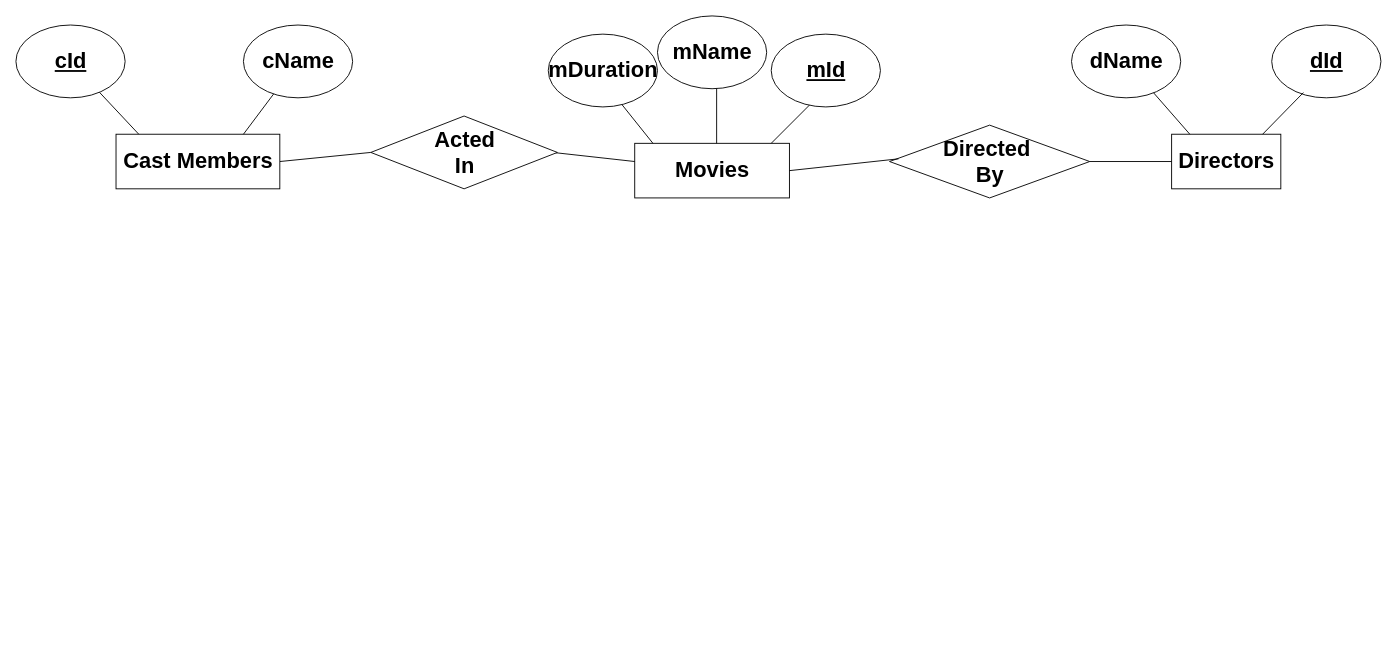
The draw.io diagram Untitled Diagram.drawio in swausbeard/SumaLumaDumaLama, before the edit. Source tidied: cells renumbered, new cells numbered last; positions are measured from the earlier drawing's top-left corner, leaving out a move shared by most shapes. Both pictures are drawn from the tidied source at 91%, with x=0, y=0 at pixel (15, 15).
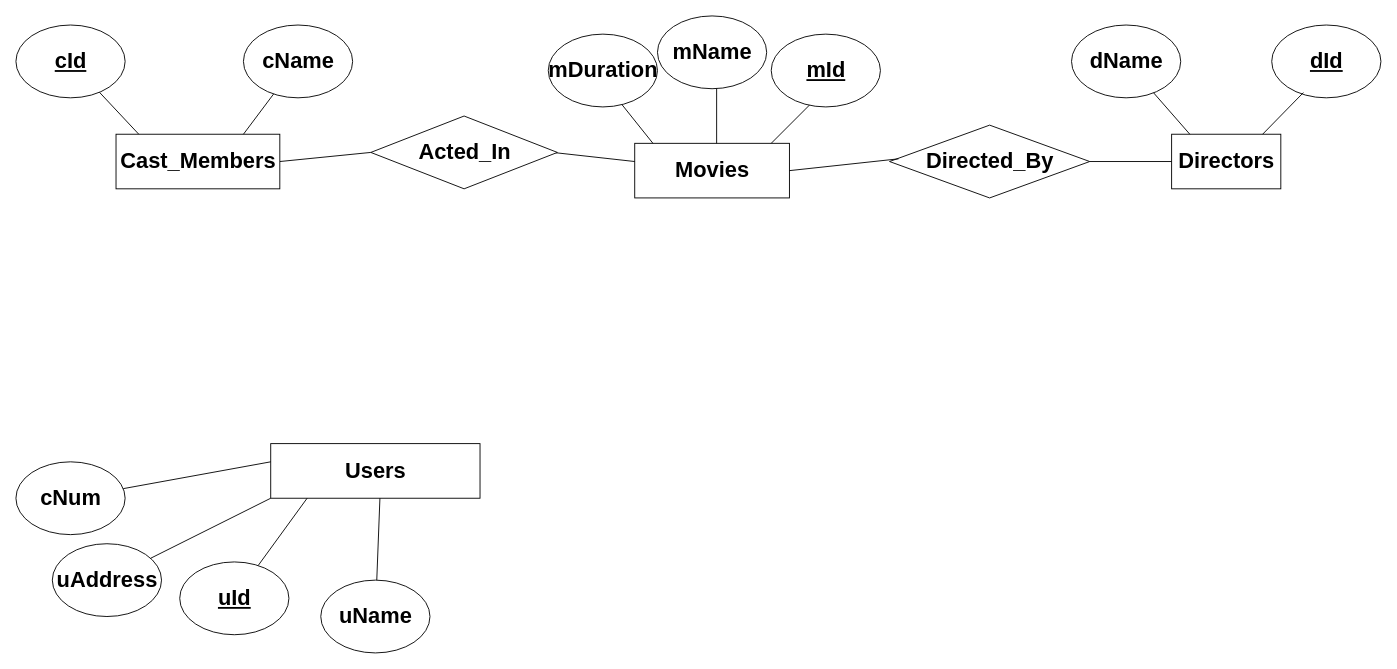
After the change.

Diff of the diagram source:
```diff
@@
-    <mxCell id="14" value="Directed&amp;nbsp;&lt;div&gt;By&lt;/div&gt;" style="text;strokeColor=none;fillColor=none;html=1;fontSize=24;fontStyle=1;verticalAlign=middle;align=center;" parent="1" vertex="1">
+    <mxCell id="14" value="Directed_&lt;span style=&quot;background-color: transparent; color: light-dark(rgb(0, 0, 0), rgb(255, 255, 255));&quot;&gt;By&lt;/span&gt;" style="text;strokeColor=none;fillColor=none;html=1;fontSize=24;fontStyle=1;verticalAlign=middle;align=center;" parent="1" vertex="1">
       <mxGeometry x="1020" y="140" width="100" height="40" as="geometry" />
     </mxCell>
@@
-    <mxCell id="27" value="Acted&lt;div&gt;In&lt;/div&gt;" style="text;strokeColor=none;fillColor=none;html=1;fontSize=24;fontStyle=1;verticalAlign=middle;align=center;" parent="1" vertex="1">
+    <mxCell id="27" value="Acted_&lt;span style=&quot;background-color: transparent; color: light-dark(rgb(0, 0, 0), rgb(255, 255, 255));&quot;&gt;In&lt;/span&gt;" style="text;strokeColor=none;fillColor=none;html=1;fontSize=24;fontStyle=1;verticalAlign=middle;align=center;" parent="1" vertex="1">
       <mxGeometry x="442.5" y="130" width="100" height="40" as="geometry" />
     </mxCell>
@@
-    <mxCell id="30" value="Cast Members" style="text;strokeColor=none;fillColor=none;html=1;fontSize=24;fontStyle=1;verticalAlign=middle;align=center;" parent="1" vertex="1">
+    <mxCell id="30" value="Cast_Members" style="text;strokeColor=none;fillColor=none;html=1;fontSize=24;fontStyle=1;verticalAlign=middle;align=center;" parent="1" vertex="1">
       <mxGeometry x="150" y="140" width="100" height="40" as="geometry" />
     </mxCell>
@@
+    <mxCell id="37" style="rounded=0;whiteSpace=wrap;html=1;" parent="1" vertex="1">
+      <mxGeometry x="280" y="470" width="230" height="60" as="geometry" />
+    </mxCell>
+    <mxCell id="38" value="Users" style="text;strokeColor=none;fillColor=none;html=1;fontSize=24;fontStyle=1;verticalAlign=middle;align=center;" parent="1" vertex="1">
+      <mxGeometry x="345" y="480" width="100" height="40" as="geometry" />
+    </mxCell>
+    <mxCell id="39" style="endArrow=none;html=1;rounded=0;" parent="1" edge="1" source="41">
+      <mxGeometry relative="1" as="geometry">
+        <mxPoint x="320" y="530" as="targetPoint" />
+      </mxGeometry>
+    </mxCell>
+    <mxCell id="40" style="endArrow=none;html=1;rounded=0;" parent="1" edge="1" target="43">
+      <mxGeometry relative="1" as="geometry">
+        <mxPoint x="400" y="530" as="sourcePoint" />
+      </mxGeometry>
+    </mxCell>
+    <mxCell id="41" style="ellipse;whiteSpace=wrap;html=1;" parent="1" vertex="1">
+      <mxGeometry x="180" y="600" width="120" height="80" as="geometry" />
+    </mxCell>
+    <mxCell id="42" value="&lt;u&gt;uId&lt;/u&gt;" style="text;strokeColor=none;fillColor=none;html=1;fontSize=24;fontStyle=1;verticalAlign=middle;align=center;" parent="1" vertex="1">
+      <mxGeometry x="190" y="620" width="100" height="40" as="geometry" />
+    </mxCell>
+    <mxCell id="43" style="ellipse;whiteSpace=wrap;html=1;" parent="1" vertex="1">
+      <mxGeometry x="335" y="620" width="120" height="80" as="geometry" />
+    </mxCell>
+    <mxCell id="44" value="uName" style="text;strokeColor=none;fillColor=none;html=1;fontSize=24;fontStyle=1;verticalAlign=middle;align=center;" parent="1" vertex="1">
+      <mxGeometry x="345" y="640" width="100" height="40" as="geometry" />
+    </mxCell>
+    <mxCell id="45" style="ellipse;whiteSpace=wrap;html=1;" parent="1" vertex="1">
+      <mxGeometry y="490" width="120" height="80" as="geometry" />
+    </mxCell>
+    <mxCell id="46" value="cNum" style="text;strokeColor=none;fillColor=none;html=1;fontSize=24;fontStyle=1;verticalAlign=middle;align=center;" parent="1" vertex="1">
+      <mxGeometry x="10" y="510" width="100" height="40" as="geometry" />
+    </mxCell>
+    <mxCell id="47" style="endArrow=none;html=1;rounded=0;" parent="1" edge="1" source="45">
+      <mxGeometry relative="1" as="geometry">
+        <mxPoint x="280" y="490" as="targetPoint" />
+      </mxGeometry>
+    </mxCell>
+    <mxCell id="48" style="ellipse;whiteSpace=wrap;html=1;" parent="1" vertex="1">
+      <mxGeometry x="40" y="580" width="120" height="80" as="geometry" />
+    </mxCell>
+    <mxCell id="49" value="uAddress" style="text;strokeColor=none;fillColor=none;html=1;fontSize=24;fontStyle=1;verticalAlign=middle;align=center;" parent="1" vertex="1">
+      <mxGeometry x="50" y="600" width="100" height="40" as="geometry" />
+    </mxCell>
+    <mxCell id="50" style="endArrow=none;html=1;rounded=0;" parent="1" edge="1" source="48">
+      <mxGeometry relative="1" as="geometry">
+        <mxPoint x="280" y="530" as="targetPoint" />
+      </mxGeometry>
+    </mxCell>
```
